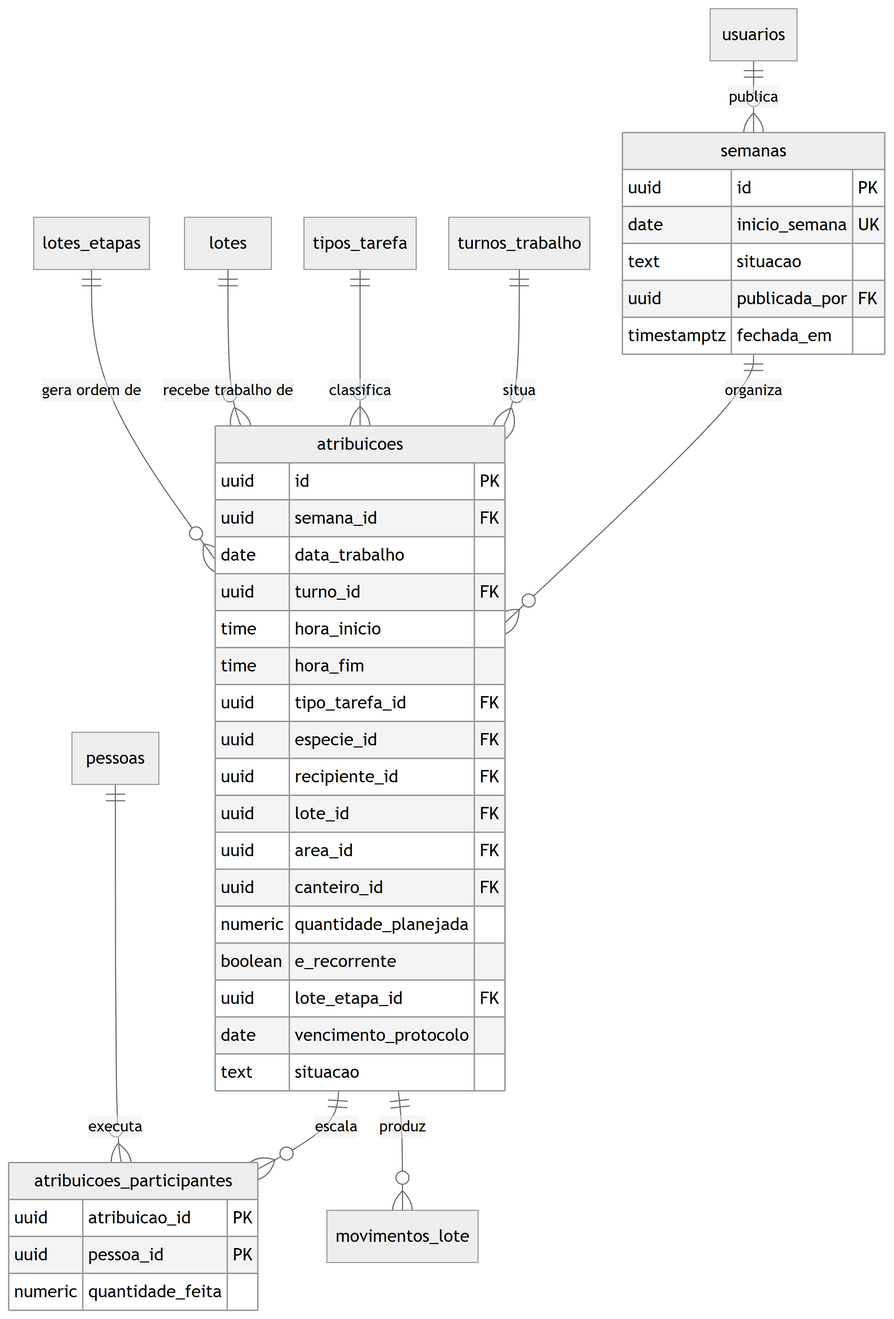
Above: docs/engenharia/modelo-dados-pt/img/fig14-producao-agenda.png in JoaoMudar/tcc (Mermaid), before the change. Its source is kept beside it as docs/engenharia/modelo-dados-pt/mmd/fig14-producao-agenda.mmd.
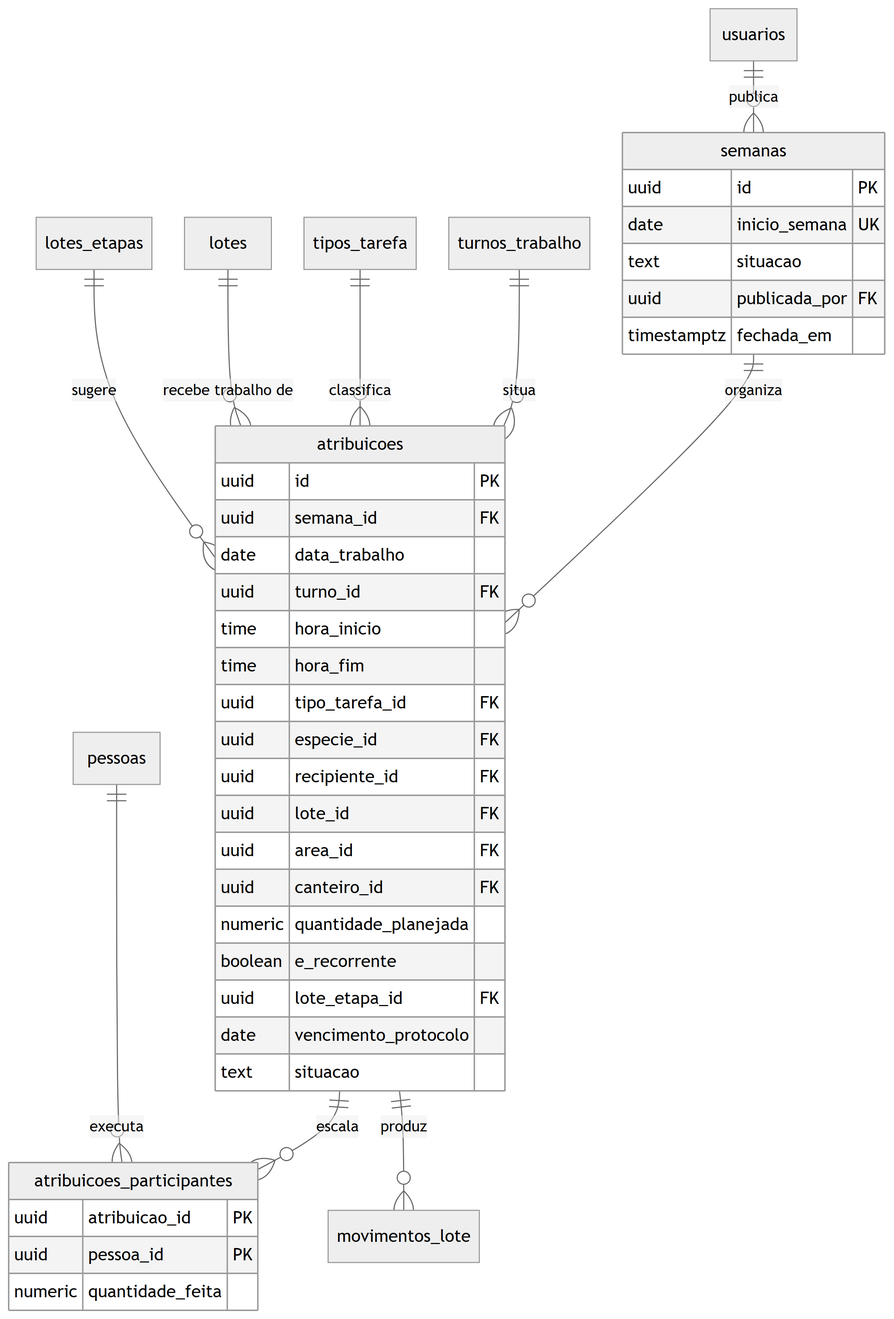
Later version of the same file.

Diff of the diagram source:
```diff
@@ -45,5 +45,5 @@
   tipos_tarefa    ||--o{ atribuicoes : "classifica"
   pessoas         ||--o{ atribuicoes_participantes : "executa"
   lotes           ||--o{ atribuicoes : "recebe trabalho de"
-  lotes_etapas    ||--o{ atribuicoes : "gera ordem de"
+  lotes_etapas    ||--o{ atribuicoes : "sugere"
   usuarios        ||--o{ semanas : "publica"
```
